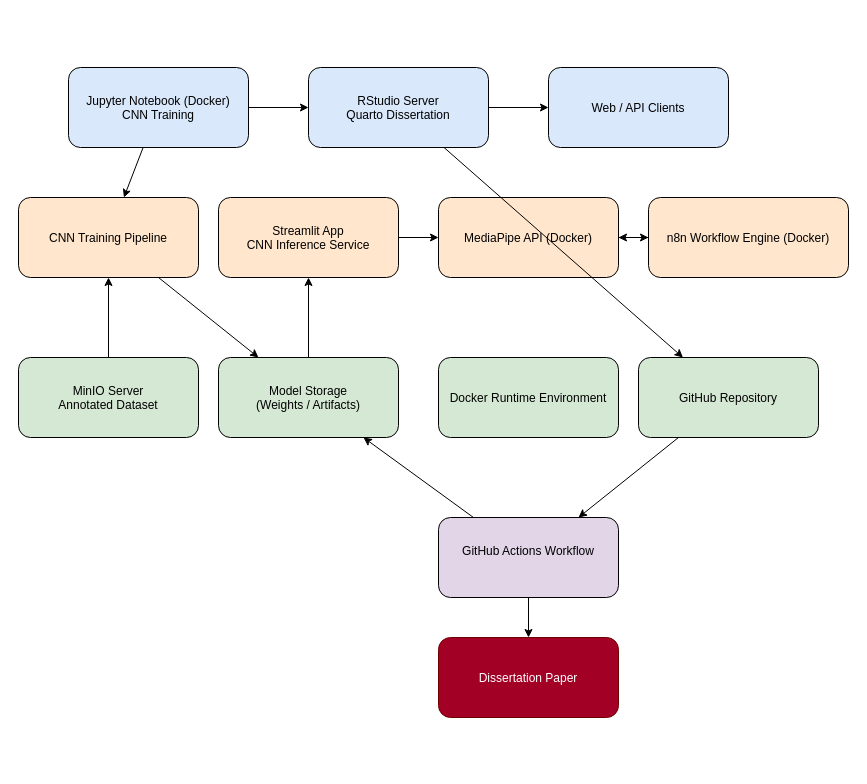
The draw.io diagram docs/CNN Workflow.drawio in DrBenjamin/Dissertation, before the edit. Source tidied: cells renumbered, new cells numbered last; positions are measured from the earlier drawing's top-left corner, leaving out a move shared by most shapes. Both pictures are drawn from the tidied source at 100%, with x=0, y=0 at pixel (18, 67).
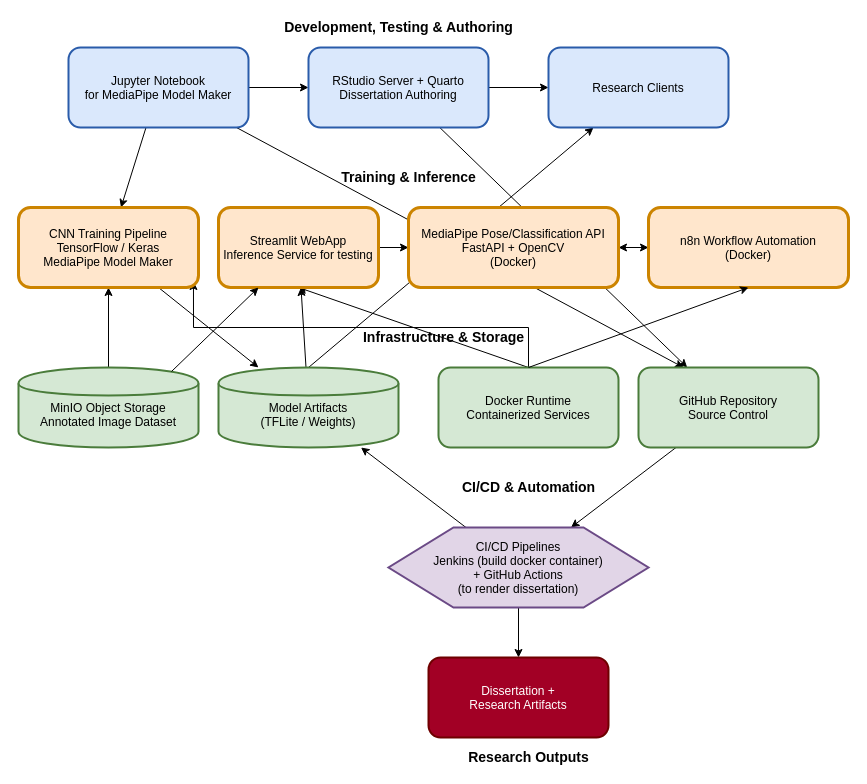
The same diagram, later.

Diff of the diagram source:
```diff
@@
-    <mxCell id="2" style="edgeStyle=orthogonalEdgeStyle;rounded=0;jettySize=auto;html=1;exitX=1;exitY=0.5;exitDx=0;exitDy=0;" parent="1" edge="1" source="3" target="5">
-      <mxGeometry relative="1" as="geometry" />
-    </mxCell>
-    <mxCell id="3" value="Jupyter Notebook (Docker)&#10;CNN Training" style="rounded=1;fillColor=#dae8fc;" parent="1" vertex="1">
-      <mxGeometry x="50" width="180" height="80" as="geometry" />
-    </mxCell>
-    <mxCell id="4" style="edgeStyle=orthogonalEdgeStyle;rounded=0;jettySize=auto;html=1;exitX=1;exitY=0.5;exitDx=0;exitDy=0;" parent="1" edge="1" source="5" target="6">
-      <mxGeometry relative="1" as="geometry" />
-    </mxCell>
-    <mxCell id="5" value="RStudio Server&#10;Quarto Dissertation" style="rounded=1;fillColor=#dae8fc;" parent="1" vertex="1">
-      <mxGeometry x="290" width="180" height="80" as="geometry" />
-    </mxCell>
-    <mxCell id="6" value="Web / API Clients" style="rounded=1;fillColor=#dae8fc;" parent="1" vertex="1">
-      <mxGeometry x="530" width="180" height="80" as="geometry" />
-    </mxCell>
-    <mxCell id="7" value="CNN Training Pipeline" style="rounded=1;fillColor=#ffe6cc;" parent="1" vertex="1">
-      <mxGeometry y="130" width="180" height="80" as="geometry" />
-    </mxCell>
-    <mxCell id="8" value="Streamlit App&#10;CNN Inference Service" style="rounded=1;fillColor=#ffe6cc;" parent="1" vertex="1">
-      <mxGeometry x="200" y="130" width="180" height="80" as="geometry" />
-    </mxCell>
-    <mxCell id="9" value="MediaPipe API (Docker)" style="rounded=1;fillColor=#ffe6cc;" parent="1" vertex="1">
-      <mxGeometry x="420" y="130" width="180" height="80" as="geometry" />
-    </mxCell>
-    <mxCell id="10" value="n8n Workflow Engine (Docker)" style="rounded=1;fillColor=#ffe6cc;" parent="1" vertex="1">
-      <mxGeometry x="630" y="130" width="200" height="80" as="geometry" />
-    </mxCell>
-    <mxCell id="11" value="MinIO Server&#10;Annotated Dataset" style="rounded=1;fillColor=#d5e8d4;" parent="1" vertex="1">
-      <mxGeometry y="290" width="180" height="80" as="geometry" />
-    </mxCell>
-    <mxCell id="12" value="Model Storage&#10;(Weights / Artifacts)" style="rounded=1;fillColor=#d5e8d4;" parent="1" vertex="1">
-      <mxGeometry x="200" y="290" width="180" height="80" as="geometry" />
-    </mxCell>
-    <mxCell id="13" value="Docker Runtime Environment" style="rounded=1;fillColor=#d5e8d4;" parent="1" vertex="1">
-      <mxGeometry x="420" y="290" width="180" height="80" as="geometry" />
-    </mxCell>
-    <mxCell id="14" value="GitHub Repository" style="rounded=1;fillColor=#d5e8d4;" parent="1" vertex="1">
-      <mxGeometry x="620" y="290" width="180" height="80" as="geometry" />
-    </mxCell>
-    <mxCell id="15" style="edgeStyle=orthogonalEdgeStyle;rounded=0;jettySize=auto;html=1;exitX=0.5;exitY=1;exitDx=0;exitDy=0;" parent="1" edge="1" source="16" target="27">
-      <mxGeometry relative="1" as="geometry" />
-    </mxCell>
-    <mxCell id="16" value="GitHub Actions Workflow&#10;" style="rounded=1;fillColor=#e1d5e7;" parent="1" vertex="1">
-      <mxGeometry x="420" y="450" width="180" height="80" as="geometry" />
-    </mxCell>
-    <mxCell id="17" parent="1" edge="1" source="11" target="7">
-      <mxGeometry relative="1" as="geometry" />
-    </mxCell>
-    <mxCell id="18" parent="1" edge="1" source="7" target="12">
-      <mxGeometry relative="1" as="geometry" />
-    </mxCell>
-    <mxCell id="19" parent="1" edge="1" source="12" target="8">
-      <mxGeometry relative="1" as="geometry" />
-    </mxCell>
-    <mxCell id="20" parent="1" edge="1" source="8" target="9">
-      <mxGeometry relative="1" as="geometry" />
-    </mxCell>
-    <mxCell id="21" parent="1" edge="1" source="9" target="10">
-      <mxGeometry relative="1" as="geometry" />
-    </mxCell>
-    <mxCell id="22" parent="1" edge="1" source="10" target="9">
-      <mxGeometry relative="1" as="geometry" />
-    </mxCell>
-    <mxCell id="23" parent="1" edge="1" source="14" target="16">
-      <mxGeometry relative="1" as="geometry" />
-    </mxCell>
-    <mxCell id="24" parent="1" edge="1" source="16" target="12">
-      <mxGeometry relative="1" as="geometry" />
-    </mxCell>
-    <mxCell id="25" parent="1" edge="1" source="3" target="7">
-      <mxGeometry relative="1" as="geometry" />
-    </mxCell>
-    <mxCell id="26" parent="1" edge="1" source="5" target="14">
-      <mxGeometry relative="1" as="geometry" />
-    </mxCell>
-    <mxCell id="27" value="Dissertation Paper" style="rounded=1;fillColor=#a20025;fontColor=#ffffff;strokeColor=#6F0000;" parent="1" vertex="1">
-      <mxGeometry x="420" y="570" width="180" height="80" as="geometry" />
-    </mxCell>
+    <mxCell id="28" style="exitX=0.5;exitY=0;exitDx=0;exitDy=0;entryX=0.5;entryY=1;entryDx=0;entryDy=0;" parent="1" edge="1" source="59" target="54">
+      <mxGeometry relative="1" as="geometry" />
+    </mxCell>
+    <mxCell id="29" style="exitX=0.933;exitY=1;exitDx=0;exitDy=0;exitPerimeter=0;entryX=0.25;entryY=0;entryDx=0;entryDy=0;" parent="1" edge="1" source="49" target="60">
+      <mxGeometry relative="1" as="geometry" />
+    </mxCell>
+    <mxCell id="30" style="entryX=0.25;entryY=1;entryDx=0;entryDy=0;exitX=0.5;exitY=0;exitDx=0;exitDy=0;" parent="1" edge="1" source="58" target="51">
+      <mxGeometry relative="1" as="geometry" />
+    </mxCell>
+    <mxCell id="31" value="Development, Testing &amp;amp; Authoring" style="text;html=1;strokeColor=none;fillColor=none;align=center;verticalAlign=middle;fontSize=14;fontColor=#000000;fontStyle=1;" parent="1" vertex="1">
+      <mxGeometry x="50" y="-50" width="660" height="20" as="geometry" />
+    </mxCell>
+    <mxCell id="32" value="Training &amp; Inference" style="text;html=1;strokeColor=none;fillColor=none;align=center;verticalAlign=middle;fontSize=14;fontColor=#000000;fontStyle=1;" parent="1" vertex="1">
+      <mxGeometry y="100" width="780" height="20" as="geometry" />
+    </mxCell>
+    <mxCell id="33" value="Infrastructure &amp; Storage" style="text;html=1;strokeColor=none;fillColor=none;align=center;verticalAlign=middle;fontSize=14;fontColor=#000000;fontStyle=1;" parent="1" vertex="1">
+      <mxGeometry x="50" y="260" width="750" height="20" as="geometry" />
+    </mxCell>
+    <mxCell id="34" value="CI/CD &amp; Automation" style="text;html=1;strokeColor=none;fillColor=none;align=center;verticalAlign=middle;fontSize=14;fontColor=#000000;fontStyle=1;" parent="1" vertex="1">
+      <mxGeometry x="420" y="410" width="180" height="20" as="geometry" />
+    </mxCell>
+    <mxCell id="35" value="Research Outputs" style="text;html=1;strokeColor=none;fillColor=none;align=center;verticalAlign=middle;fontSize=14;fontColor=#000000;fontStyle=1;" parent="1" vertex="1">
+      <mxGeometry x="420" y="680" width="180" height="20" as="geometry" />
+    </mxCell>
+    <mxCell id="36" style="edgeStyle=orthogonalEdgeStyle;rounded=0;jettySize=auto;html=1;exitX=1;exitY=0.5;exitDx=0;exitDy=0;" parent="1" edge="1" source="49" target="50">
+      <mxGeometry relative="1" as="geometry" />
+    </mxCell>
+    <mxCell id="37" style="edgeStyle=orthogonalEdgeStyle;rounded=0;jettySize=auto;html=1;exitX=1;exitY=0.5;exitDx=0;exitDy=0;" parent="1" edge="1" source="50" target="51">
+      <mxGeometry relative="1" as="geometry" />
+    </mxCell>
+    <mxCell id="38" style="edgeStyle=orthogonalEdgeStyle;rounded=0;jettySize=auto;html=1;exitX=0.5;exitY=1;exitDx=0;exitDy=0;" parent="1" edge="1" source="61" target="62">
+      <mxGeometry relative="1" as="geometry" />
+    </mxCell>
+    <mxCell id="39" parent="1" edge="1" source="57" target="53">
+      <mxGeometry relative="1" as="geometry" />
+    </mxCell>
+    <mxCell id="40" parent="1" edge="1" source="53" target="58">
+      <mxGeometry relative="1" as="geometry" />
+    </mxCell>
+    <mxCell id="41" parent="1" edge="1" source="58" target="54">
+      <mxGeometry relative="1" as="geometry" />
+    </mxCell>
+    <mxCell id="42" parent="1" edge="1" source="54" target="55">
+      <mxGeometry relative="1" as="geometry" />
+    </mxCell>
+    <mxCell id="43" parent="1" edge="1" source="55" target="56">
+      <mxGeometry relative="1" as="geometry" />
+    </mxCell>
+    <mxCell id="44" parent="1" edge="1" source="56" target="55">
+      <mxGeometry relative="1" as="geometry" />
+    </mxCell>
+    <mxCell id="45" parent="1" edge="1" source="60" target="61">
+      <mxGeometry relative="1" as="geometry" />
+    </mxCell>
+    <mxCell id="46" parent="1" edge="1" source="61" target="58">
+      <mxGeometry relative="1" as="geometry" />
+    </mxCell>
+    <mxCell id="47" parent="1" edge="1" source="49" target="53">
+      <mxGeometry relative="1" as="geometry" />
+    </mxCell>
+    <mxCell id="48" parent="1" edge="1" source="50" target="60">
+      <mxGeometry relative="1" as="geometry" />
+    </mxCell>
+    <mxCell id="49" value="Jupyter Notebook&#10;for MediaPipe Model Maker" style="rounded=1;fillColor=#dae8fc;strokeColor=#2a5caa;strokeWidth=2;" parent="1" vertex="1">
+      <mxGeometry x="50" y="-20" width="180" height="80" as="geometry" />
+    </mxCell>
+    <mxCell id="50" value="RStudio Server + Quarto&#10;Dissertation Authoring" style="rounded=1;fillColor=#dae8fc;strokeColor=#2a5caa;strokeWidth=2;" parent="1" vertex="1">
+      <mxGeometry x="290" y="-20" width="180" height="80" as="geometry" />
+    </mxCell>
+    <mxCell id="51" value="Research Clients" style="rounded=1;fillColor=#dae8fc;strokeColor=#2a5caa;strokeWidth=2;" parent="1" vertex="1">
+      <mxGeometry x="530" y="-20" width="180" height="80" as="geometry" />
+    </mxCell>
+    <mxCell id="52" style="edgeStyle=orthogonalEdgeStyle;rounded=0;jettySize=auto;html=1;exitX=0.5;exitY=0;exitDx=0;exitDy=0;entryX=0.972;entryY=0.925;entryDx=0;entryDy=0;entryPerimeter=0;" parent="1" edge="1" source="59" target="53">
+      <mxGeometry relative="1" as="geometry" />
+    </mxCell>
+    <mxCell id="53" value="CNN Training Pipeline&#10;TensorFlow / Keras&#10;MediaPipe Model Maker" style="rounded=1;fillColor=#ffe6cc;strokeColor=#cc8400;strokeWidth=3;" parent="1" vertex="1">
+      <mxGeometry y="140" width="180" height="80" as="geometry" />
+    </mxCell>
+    <mxCell id="54" value="Streamlit WebApp&#10;Inference Service for testing" style="rounded=1;fillColor=#ffe6cc;strokeColor=#cc8400;strokeWidth=3;" parent="1" vertex="1">
+      <mxGeometry x="200" y="140" width="160" height="80" as="geometry" />
+    </mxCell>
+    <mxCell id="55" value="MediaPipe Pose/Classification API&#10;FastAPI + OpenCV&#10;(Docker)" style="rounded=1;fillColor=#ffe6cc;strokeColor=#cc8400;strokeWidth=3;" parent="1" vertex="1">
+      <mxGeometry x="390" y="140" width="210" height="80" as="geometry" />
+    </mxCell>
+    <mxCell id="56" value="n8n Workflow Automation&#10;(Docker)" style="rounded=1;fillColor=#ffe6cc;strokeColor=#cc8400;strokeWidth=3;" parent="1" vertex="1">
+      <mxGeometry x="630" y="140" width="200" height="80" as="geometry" />
+    </mxCell>
+    <mxCell id="57" value="&#10;MinIO Object Storage&#10;Annotated Image Dataset" style="shape=cylinder;fillColor=#d5e8d4;strokeColor=#4a7c3b;strokeWidth=2;" parent="1" vertex="1">
+      <mxGeometry y="300" width="180" height="80" as="geometry" />
+    </mxCell>
+    <mxCell id="58" value="&#10;Model Artifacts&#10;(TFLite / Weights)" style="shape=cylinder;fillColor=#d5e8d4;strokeColor=#4a7c3b;strokeWidth=2;" parent="1" vertex="1">
+      <mxGeometry x="200" y="300" width="180" height="80" as="geometry" />
+    </mxCell>
+    <mxCell id="59" value="Docker Runtime&#10;Containerized Services" style="rounded=1;fillColor=#d5e8d4;strokeColor=#4a7c3b;strokeWidth=2;" parent="1" vertex="1">
+      <mxGeometry x="420" y="300" width="180" height="80" as="geometry" />
+    </mxCell>
+    <mxCell id="60" value="GitHub Repository&#10;Source Control" style="rounded=1;fillColor=#d5e8d4;strokeColor=#4a7c3b;strokeWidth=2;" parent="1" vertex="1">
+      <mxGeometry x="620" y="300" width="180" height="80" as="geometry" />
+    </mxCell>
+    <mxCell id="61" value="CI/CD Pipelines&#10;Jenkins (build docker container)&#10; + GitHub Actions &#10;(to render dissertation)" style="shape=hexagon;fillColor=#e1d5e7;strokeColor=#6b4a86;strokeWidth=2;" parent="1" vertex="1">
+      <mxGeometry x="370" y="460" width="260" height="80" as="geometry" />
+    </mxCell>
+    <mxCell id="62" value="Dissertation +&#10;Research Artifacts" style="rounded=1;fillColor=#a20025;fontColor=#ffffff;strokeColor=#6F0000;strokeWidth=2;" parent="1" vertex="1">
+      <mxGeometry x="410" y="590" width="180" height="80" as="geometry" />
+    </mxCell>
+    <mxCell id="63" style="entryX=0.25;entryY=1;entryDx=0;entryDy=0;exitX=0.85;exitY=0.05;exitDx=0;exitDy=0;exitPerimeter=0;" parent="1" edge="1" source="57" target="54">
+      <mxGeometry relative="1" as="geometry" />
+    </mxCell>
+    <mxCell id="64" style="exitX=0.5;exitY=0;exitDx=0;exitDy=0;entryX=0.5;entryY=1;entryDx=0;entryDy=0;" parent="1" edge="1" source="59" target="56">
+      <mxGeometry relative="1" as="geometry" />
+    </mxCell>
```
